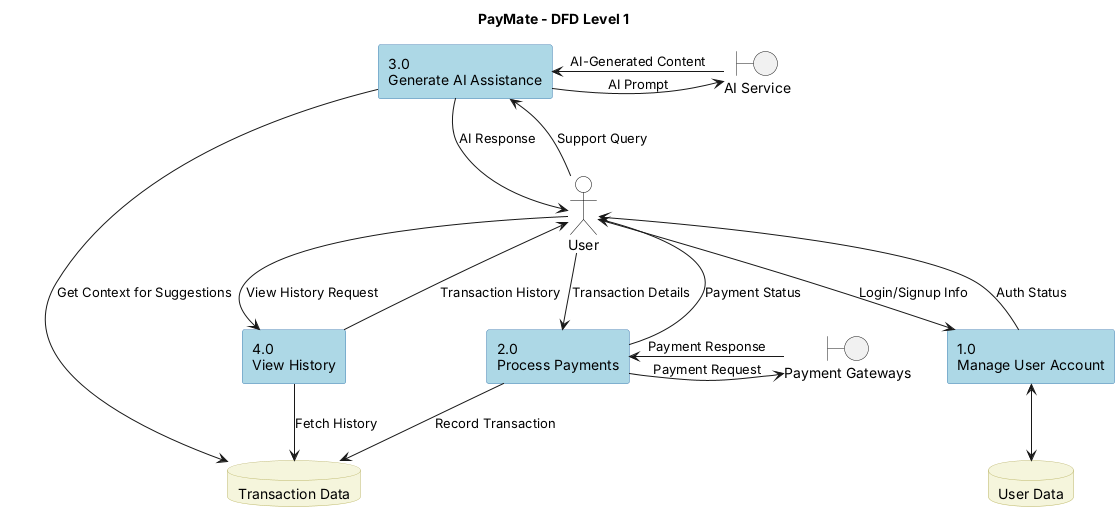
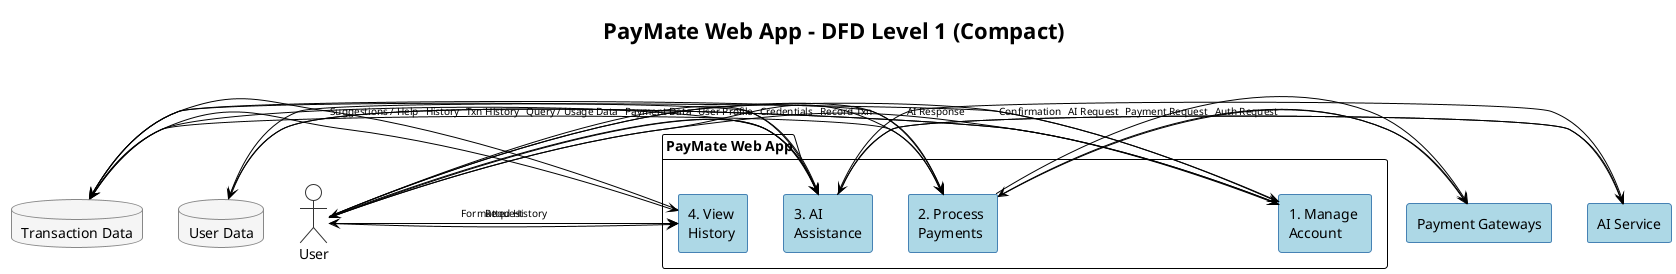
@startuml
- title "PayMate - DFD Level 1"
+ title "PayMate Web App - DFD Level 1 (Compact)"

- skinparam defaultFontName Inter
+ !theme plain
skinparam rectangle {
-   BackgroundColor #ADD8E6
-   BorderColor #4682B4
+     BorderColor #4682B4
+     BackgroundColor #ADD8E6
}
skinparam database {
-   BackgroundColor #F5F5DC
-   BorderColor #BDB76B
+     BorderColor #888
+     BackgroundColor #F5F5F5
}
skinparam actor {
-   BackgroundColor #FFFFFF
-   BorderColor #000000
+     BorderColor #333
+ }
+ skinparam arrow {
+     FontSize 10
}

+ actor User

- ' External Entities
- actor "User" as user
- boundary "Payment Gateways" as payment_gateway
- boundary "AI Service" as ai_service
+ package "PayMate Web App" {
+   rectangle "1. Manage \nAccount" as P1
+   rectangle "2. Process \nPayments" as P2
+   rectangle "3. AI \nAssistance" as P3
+   rectangle "4. View \nHistory" as P4
+ }

- ' Data Stores
- database "User Data" as user_store
- database "Transaction Data" as transaction_store
+ database "User Data" as UserStore
+ database "Transaction Data" as TransactionStore

- ' Processes within the PayMate System
- rectangle "1.0\nManage User Account" as p1
- rectangle "2.0\nProcess Payments" as p2
- rectangle "3.0\nGenerate AI Assistance" as p3
- rectangle "4.0\nView History" as p4
+ rectangle "Payment Gateways" as Gateways
+ rectangle "AI Service" as AIService
+ 
+ ' Arrange elements for compactness
+ User -left-> P1
+ User -left-> P2
+ User -left-> P3
+ User -left-> P4
+ 
+ P1 -up-> UserStore
+ P2 -down-> TransactionStore
+ P2 -right-> Gateways
+ P3 -right-> AIService
+ P3 -up-> TransactionStore
+ P4 -up-> TransactionStore

' Data Flows
+ User -> P1 : Credentials
+ P1 -> UserStore : Auth Request
+ UserStore -> P1 : User Profile

- ' User interactions
- user -->(p1) : Login/Signup Info
- user -->(p2) : Transaction Details
- user -->(p3) : Support Query
- user -->(p4) : View History Request
+ User -> P2 : Payment Data
+ P2 -> Gateways : Payment Request
+ Gateways -> P2 : Confirmation
+ P2 -> TransactionStore : Record Txn

- (p1)-->user : Auth Status
- (p2)-->user : Payment Status
- (p3)-->user : AI Response
- (p4)-->user : Transaction History
+ User -> P3 : Query / Usage Data
+ P3 -> AIService : AI Request
+ AIService -> P3 : AI Response
+ TransactionStore -> P3 : Txn History
+ P3 -> User : Suggestions / Help

- ' Flows to/from Data Stores
- p1 <--> user_store
- p2 --> transaction_store : Record Transaction
- p3 -> transaction_store : Get Context for Suggestions
- p4 -> transaction_store : Fetch History
- 
- ' Flows to/from External Entities
- p2 -> payment_gateway : Payment Request
- payment_gateway -> p2 : Payment Response
- 
- p3 -> ai_service : AI Prompt
- ai_service -> p3 : AI-Generated Content
+ User -> P4 : Request
+ TransactionStore -> P4 : History
+ P4 -> User : Formatted History

@enduml
